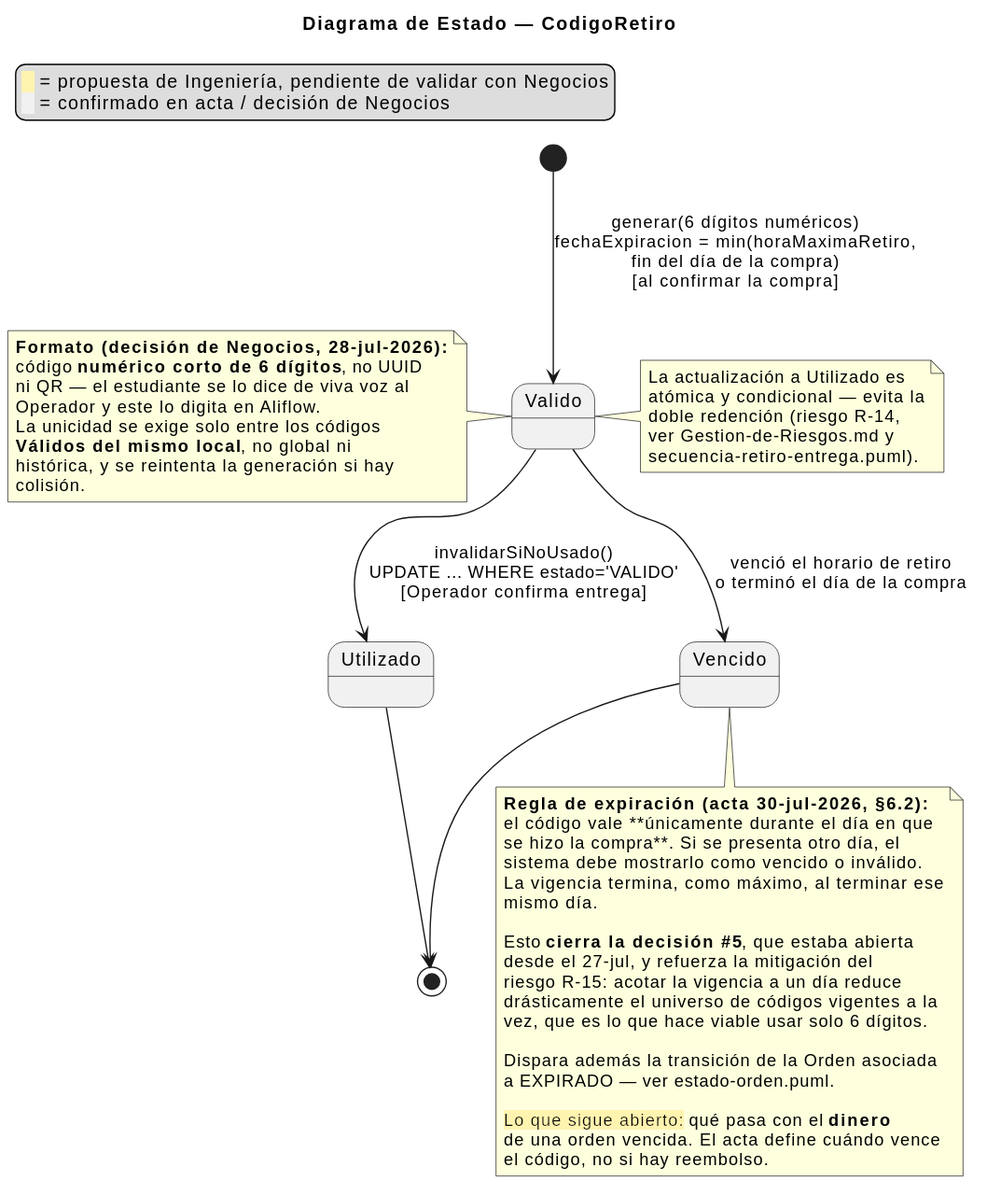
Earlier version of the PlantUML export Entregables/uml/estado-codigo-retiro.svg (Jesus-JB/aliflow).
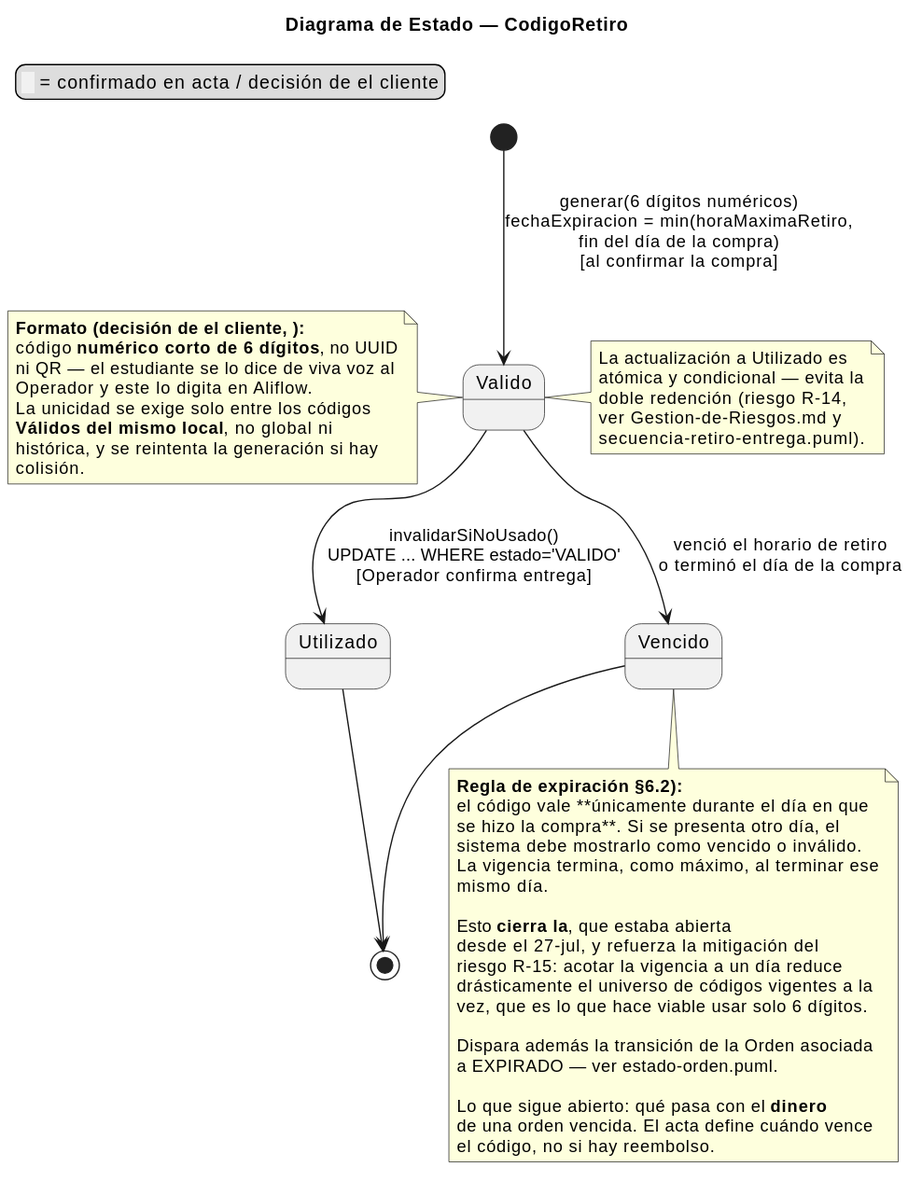
Above is the later version.

Diff of the diagram source:
```diff
@@ -1,14 +1,8 @@
 @startuml
 title Diagrama de Estado — CodigoRetiro
 
-skinparam state {
-  BackgroundColor<<propuesta>> #FFF3B0
-  BorderColor<<propuesta>> #8A6D00
-}
-
 legend top left
-  <back:#FFF3B0>  </back> = propuesta de Ingeniería, pendiente de validar con Negocios
-  <back:#F1F1F1>  </back> = confirmado en acta / decisión de Negocios
+  <back:#F1F1F1>  </back> = confirmado en acta / decisión de el cliente
 endlegend
 
 [*] --> Valido : generar(6 dígitos numéricos)\nfechaExpiracion = min(horaMaximaRetiro,\nfin del día de la compra)\n[al confirmar la compra]
@@ -29,7 +23,7 @@
 end note
 
 note left of Valido
-  **Formato (decisión de Negocios, 28-jul-2026):**
+  **Formato (decisión de el cliente, ):**
   código **numérico corto de 6 dígitos**, no UUID
   ni QR — el estudiante se lo dice de viva voz al
   Operador y este lo digita en Aliflow.
@@ -40,14 +34,14 @@
 end note
 
 note bottom of Vencido
-  **Regla de expiración (acta 30-jul-2026, §6.2):**
+  **Regla de expiración §6.2):**
   el código vale **únicamente durante el día en que
   se hizo la compra**. Si se presenta otro día, el
   sistema debe mostrarlo como vencido o inválido.
   La vigencia termina, como máximo, al terminar ese
   mismo día.
 
-  Esto **cierra la decisión #5**, que estaba abierta
+  Esto **cierra la**, que estaba abierta
   desde el 27-jul, y refuerza la mitigación del
   riesgo R-15: acotar la vigencia a un día reduce
   drásticamente el universo de códigos vigentes a la
@@ -56,7 +50,7 @@
   Dispara además la transición de la Orden asociada
   a EXPIRADO — ver estado-orden.puml.
 
-  <back:#FFF3B0>Lo que sigue abierto:</back> qué pasa con el **dinero**
+  Lo que sigue abierto: qué pasa con el **dinero**
   de una orden vencida. El acta define cuándo vence
   el código, no si hay reembolso.
 end note
```
